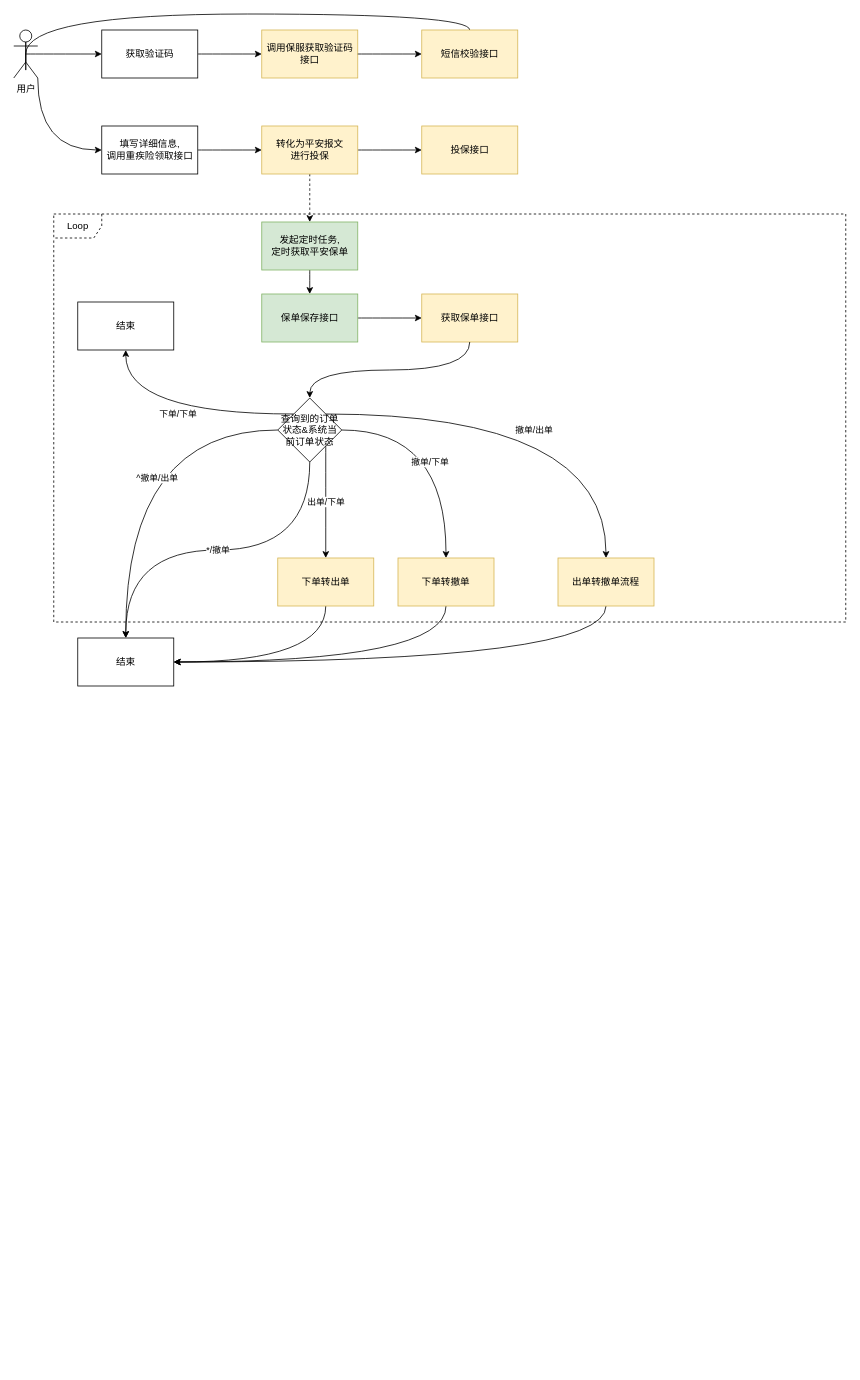
Above: StudyDemo/src/平安健康重疾险赠险接入.drawio in keyeze/StudyPlace (draw.io), before the change. Source tidied: cells renumbered, new cells numbered last; positions are measured from the earlier drawing's top-left corner, leaving out a move shared by most shapes. Both pictures are drawn from the tidied source at 80%, with x=0, y=0 at pixel (14, 30).
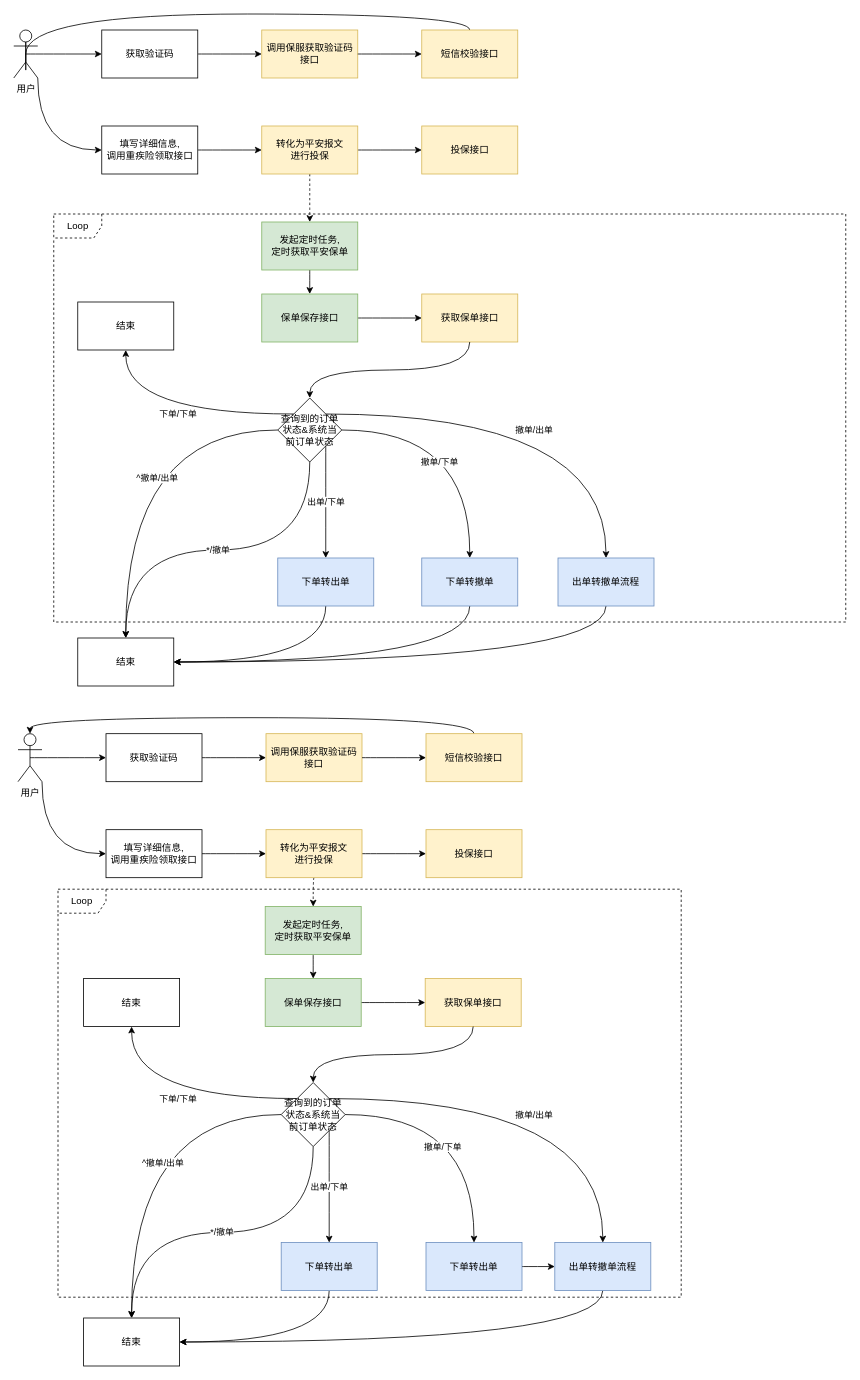
After the change.

Commit message (it also covers changes not shown here):
更新平安健康重疾险赠险接入.drawio

Diff of the diagram source:
```diff
@@
-    <mxCell id="34" value="出单转撤单流程" style="rounded=0;whiteSpace=wrap;html=1;fillColor=#fff2cc;strokeColor=#d6b656;" parent="1" vertex="1">
+    <mxCell id="34" value="出单转撤单流程" style="rounded=0;whiteSpace=wrap;html=1;fillColor=#dae8fc;strokeColor=#6c8ebf;" parent="1" vertex="1">
       <mxGeometry x="680" y="660" width="120" height="60" as="geometry" />
     </mxCell>
@@
-    <mxCell id="36" value="下单转出单" style="rounded=0;whiteSpace=wrap;html=1;fillColor=#fff2cc;strokeColor=#d6b656;" parent="1" vertex="1">
+    <mxCell id="36" value="下单转出单" style="rounded=0;whiteSpace=wrap;html=1;fillColor=#dae8fc;strokeColor=#6c8ebf;" parent="1" vertex="1">
       <mxGeometry x="329.7" y="660" width="120" height="60" as="geometry" />
     </mxCell>
@@
-    <mxCell id="38" value="下单转撤单" style="rounded=0;whiteSpace=wrap;html=1;fillColor=#fff2cc;strokeColor=#d6b656;" parent="1" vertex="1">
-      <mxGeometry x="480" y="660" width="120" height="60" as="geometry" />
+    <mxCell id="38" value="下单转撤单" style="rounded=0;whiteSpace=wrap;html=1;fillColor=#dae8fc;strokeColor=#6c8ebf;" parent="1" vertex="1">
+      <mxGeometry x="509.7" y="660" width="120" height="60" as="geometry" />
     </mxCell>
+    <mxCell id="39" value="Loop" style="shape=umlFrame;whiteSpace=wrap;html=1;dashed=1;" parent="1" vertex="1">
+      <mxGeometry x="55" y="1074" width="779" height="510" as="geometry" />
+    </mxCell>
+    <mxCell id="40" style="edgeStyle=orthogonalEdgeStyle;jettySize=auto;html=1;exitX=0.5;exitY=0;exitDx=0;exitDy=0;entryX=0.5;entryY=0;entryDx=0;entryDy=0;entryPerimeter=0;curved=1;" parent="1" edge="1" source="41" target="49">
+      <mxGeometry relative="1" as="geometry" />
+    </mxCell>
+    <mxCell id="41" value="短信校验接口" style="rounded=0;whiteSpace=wrap;html=1;fillColor=#fff2cc;strokeColor=#d6b656;" parent="1" vertex="1">
+      <mxGeometry x="515" y="879.6" width="120" height="60" as="geometry" />
+    </mxCell>
+    <mxCell id="42" style="edgeStyle=orthogonalEdgeStyle;curved=1;jettySize=auto;html=1;exitX=1;exitY=0.5;exitDx=0;exitDy=0;entryX=0;entryY=0.5;entryDx=0;entryDy=0;" parent="1" edge="1" source="43" target="54">
+      <mxGeometry relative="1" as="geometry" />
+    </mxCell>
+    <mxCell id="43" value="填写详细信息,&lt;br&gt;调用重疾险领取接口" style="rounded=0;whiteSpace=wrap;html=1;" parent="1" vertex="1">
+      <mxGeometry x="115" y="999.6" width="120" height="60" as="geometry" />
+    </mxCell>
+    <mxCell id="44" value="投保接口" style="rounded=0;whiteSpace=wrap;html=1;fillColor=#fff2cc;strokeColor=#d6b656;" parent="1" vertex="1">
+      <mxGeometry x="515" y="999.6" width="120" height="60" as="geometry" />
+    </mxCell>
+    <mxCell id="45" style="edgeStyle=orthogonalEdgeStyle;jettySize=auto;html=1;exitX=1;exitY=1;exitDx=0;exitDy=0;entryX=0;entryY=0.5;entryDx=0;entryDy=0;curved=1;exitPerimeter=0;" parent="1" edge="1" source="49" target="43">
+      <mxGeometry relative="1" as="geometry" />
+    </mxCell>
+    <mxCell id="46" value="调用保服获取验证码接口" style="rounded=0;whiteSpace=wrap;html=1;fillColor=#fff2cc;strokeColor=#d6b656;" parent="1" vertex="1">
+      <mxGeometry x="315" y="879.6" width="120" height="60" as="geometry" />
+    </mxCell>
+    <mxCell id="47" style="edgeStyle=orthogonalEdgeStyle;jettySize=auto;html=1;exitX=1;exitY=0.5;exitDx=0;exitDy=0;entryX=0;entryY=0.5;entryDx=0;entryDy=0;curved=1;" parent="1" edge="1" source="46" target="41">
+      <mxGeometry relative="1" as="geometry" />
+    </mxCell>
+    <mxCell id="48" style="edgeStyle=orthogonalEdgeStyle;curved=1;jettySize=auto;html=1;exitX=0.5;exitY=0.5;exitDx=0;exitDy=0;exitPerimeter=0;entryX=0;entryY=0.5;entryDx=0;entryDy=0;" parent="1" edge="1" source="49" target="51">
+      <mxGeometry relative="1" as="geometry" />
+    </mxCell>
+    <mxCell id="49" value="用户" style="shape=umlActor;verticalLabelPosition=bottom;labelBackgroundColor=#ffffff;verticalAlign=top;html=1;outlineConnect=0;" parent="1" vertex="1">
+      <mxGeometry x="5" y="879.6" width="30" height="60" as="geometry" />
+    </mxCell>
+    <mxCell id="50" style="edgeStyle=orthogonalEdgeStyle;curved=1;jettySize=auto;html=1;exitX=1;exitY=0.5;exitDx=0;exitDy=0;entryX=0;entryY=0.5;entryDx=0;entryDy=0;" parent="1" edge="1" source="51" target="46">
+      <mxGeometry relative="1" as="geometry" />
+    </mxCell>
+    <mxCell id="51" value="获取验证码" style="rounded=0;whiteSpace=wrap;html=1;" parent="1" vertex="1">
+      <mxGeometry x="115" y="879.6" width="120" height="60" as="geometry" />
+    </mxCell>
+    <mxCell id="52" style="edgeStyle=orthogonalEdgeStyle;curved=1;jettySize=auto;html=1;exitX=1;exitY=0.5;exitDx=0;exitDy=0;entryX=0;entryY=0.5;entryDx=0;entryDy=0;" parent="1" edge="1" source="54" target="44">
+      <mxGeometry relative="1" as="geometry" />
+    </mxCell>
+    <mxCell id="53" style="edgeStyle=orthogonalEdgeStyle;curved=1;jettySize=auto;html=1;exitX=0.5;exitY=1;exitDx=0;exitDy=0;entryX=0.5;entryY=0;entryDx=0;entryDy=0;dashed=1;" parent="1" edge="1" source="54" target="56">
+      <mxGeometry relative="1" as="geometry" />
+    </mxCell>
+    <mxCell id="54" value="转化为平安报文&lt;br&gt;进行投保" style="rounded=0;whiteSpace=wrap;html=1;fillColor=#fff2cc;strokeColor=#d6b656;" parent="1" vertex="1">
+      <mxGeometry x="315" y="999.6" width="120" height="60" as="geometry" />
+    </mxCell>
+    <mxCell id="55" style="edgeStyle=orthogonalEdgeStyle;curved=1;jettySize=auto;html=1;exitX=0.5;exitY=1;exitDx=0;exitDy=0;entryX=0.5;entryY=0;entryDx=0;entryDy=0;" parent="1" edge="1" source="56" target="60">
+      <mxGeometry relative="1" as="geometry" />
+    </mxCell>
+    <mxCell id="56" value="发起定时任务,&lt;br&gt;定时获取平安保单" style="rounded=0;whiteSpace=wrap;html=1;fillColor=#d5e8d4;strokeColor=#82b366;" parent="1" vertex="1">
+      <mxGeometry x="314" y="1095.7" width="120" height="60" as="geometry" />
+    </mxCell>
+    <mxCell id="57" value="获取保单接口" style="rounded=0;whiteSpace=wrap;html=1;fillColor=#fff2cc;strokeColor=#d6b656;" parent="1" vertex="1">
+      <mxGeometry x="514" y="1185.7" width="120" height="60" as="geometry" />
+    </mxCell>
+    <mxCell id="58" style="edgeStyle=orthogonalEdgeStyle;curved=1;jettySize=auto;html=1;exitX=1;exitY=0.5;exitDx=0;exitDy=0;entryX=0;entryY=0.5;entryDx=0;entryDy=0;" parent="1" edge="1" source="60" target="57">
+      <mxGeometry relative="1" as="geometry" />
+    </mxCell>
+    <mxCell id="59" style="edgeStyle=orthogonalEdgeStyle;curved=1;jettySize=auto;html=1;exitX=0.5;exitY=1;exitDx=0;exitDy=0;" parent="1" edge="1" source="57" target="65">
+      <mxGeometry relative="1" as="geometry" />
+    </mxCell>
+    <mxCell id="60" value="保单保存接口" style="rounded=0;whiteSpace=wrap;html=1;fillColor=#d5e8d4;strokeColor=#82b366;" parent="1" vertex="1">
+      <mxGeometry x="314" y="1185.7" width="120" height="60" as="geometry" />
+    </mxCell>
+    <mxCell id="61" value="下单/下单" style="edgeStyle=orthogonalEdgeStyle;curved=1;jettySize=auto;html=1;exitX=0;exitY=0;exitDx=0;exitDy=0;" parent="1" edge="1" source="65" target="66">
+      <mxGeometry relative="1" as="geometry" />
+    </mxCell>
+    <mxCell id="62" value="*/撤单" style="edgeStyle=orthogonalEdgeStyle;curved=1;jettySize=auto;html=1;exitX=0.5;exitY=1;exitDx=0;exitDy=0;entryX=0.5;entryY=0;entryDx=0;entryDy=0;" parent="1" edge="1" source="65" target="68">
+      <mxGeometry relative="1" as="geometry" />
+    </mxCell>
+    <mxCell id="63" value="撤单/下单" style="edgeStyle=orthogonalEdgeStyle;curved=1;jettySize=auto;html=1;exitX=1;exitY=0.5;exitDx=0;exitDy=0;" parent="1" edge="1" source="65" target="75">
+      <mxGeometry x="-0.24" y="-40" relative="1" as="geometry" />
+    </mxCell>
+    <mxCell id="64" value="撤单/出单" style="edgeStyle=orthogonalEdgeStyle;curved=1;jettySize=auto;html=1;exitX=1;exitY=0;exitDx=0;exitDy=0;entryX=0.5;entryY=0;entryDx=0;entryDy=0;" parent="1" edge="1" source="65" target="71">
+      <mxGeometry x="-0.02" y="-20" relative="1" as="geometry" />
+    </mxCell>
+    <mxCell id="65" value="查询到的订单状态&amp;amp;系统当前订单状态" style="rhombus;whiteSpace=wrap;html=1;" parent="1" vertex="1">
+      <mxGeometry x="334" y="1315.7" width="80" height="80" as="geometry" />
+    </mxCell>
+    <mxCell id="66" value="结束" style="rounded=0;whiteSpace=wrap;html=1;" parent="1" vertex="1">
+      <mxGeometry x="87" y="1185.7" width="120" height="60" as="geometry" />
+    </mxCell>
+    <mxCell id="67" value="^撤单/出单" style="edgeStyle=orthogonalEdgeStyle;curved=1;jettySize=auto;html=1;exitX=0;exitY=0.5;exitDx=0;exitDy=0;entryX=0.5;entryY=0;entryDx=0;entryDy=0;" parent="1" edge="1" source="65" target="68">
+      <mxGeometry x="-0.33" y="60" relative="1" as="geometry" />
+    </mxCell>
+    <mxCell id="68" value="结束" style="rounded=0;whiteSpace=wrap;html=1;" parent="1" vertex="1">
+      <mxGeometry x="87" y="1610" width="120" height="60" as="geometry" />
+    </mxCell>
+    <mxCell id="69" value="出单/下单" style="edgeStyle=orthogonalEdgeStyle;curved=1;jettySize=auto;html=1;exitX=1;exitY=1;exitDx=0;exitDy=0;entryX=0.5;entryY=0;entryDx=0;entryDy=0;" parent="1" edge="1" source="65" target="73">
+      <mxGeometry relative="1" as="geometry" />
+    </mxCell>
+    <mxCell id="70" style="edgeStyle=orthogonalEdgeStyle;curved=1;jettySize=auto;html=1;exitX=0.5;exitY=1;exitDx=0;exitDy=0;entryX=1;entryY=0.5;entryDx=0;entryDy=0;" parent="1" edge="1" source="71" target="68">
+      <mxGeometry relative="1" as="geometry" />
+    </mxCell>
+    <mxCell id="71" value="出单转撤单流程" style="rounded=0;whiteSpace=wrap;html=1;fillColor=#dae8fc;strokeColor=#6c8ebf;" parent="1" vertex="1">
+      <mxGeometry x="676" y="1515.7" width="120" height="60" as="geometry" />
+    </mxCell>
+    <mxCell id="72" style="edgeStyle=orthogonalEdgeStyle;curved=1;jettySize=auto;html=1;exitX=0.5;exitY=1;exitDx=0;exitDy=0;entryX=1;entryY=0.5;entryDx=0;entryDy=0;" parent="1" edge="1" source="73" target="68">
+      <mxGeometry relative="1" as="geometry" />
+    </mxCell>
+    <mxCell id="73" value="下单转出单" style="rounded=0;whiteSpace=wrap;html=1;fillColor=#dae8fc;strokeColor=#6c8ebf;" parent="1" vertex="1">
+      <mxGeometry x="334" y="1515.7" width="120" height="60" as="geometry" />
+    </mxCell>
+    <mxCell id="74" style="edgeStyle=orthogonalEdgeStyle;curved=1;jettySize=auto;html=1;exitX=1;exitY=0.5;exitDx=0;exitDy=0;entryX=0;entryY=0.5;entryDx=0;entryDy=0;" parent="1" edge="1" source="75" target="71">
+      <mxGeometry relative="1" as="geometry" />
+    </mxCell>
+    <mxCell id="75" value="下单转出单" style="rounded=0;whiteSpace=wrap;html=1;fillColor=#dae8fc;strokeColor=#6c8ebf;" parent="1" vertex="1">
+      <mxGeometry x="515" y="1515.7" width="120" height="60" as="geometry" />
+    </mxCell>
```
